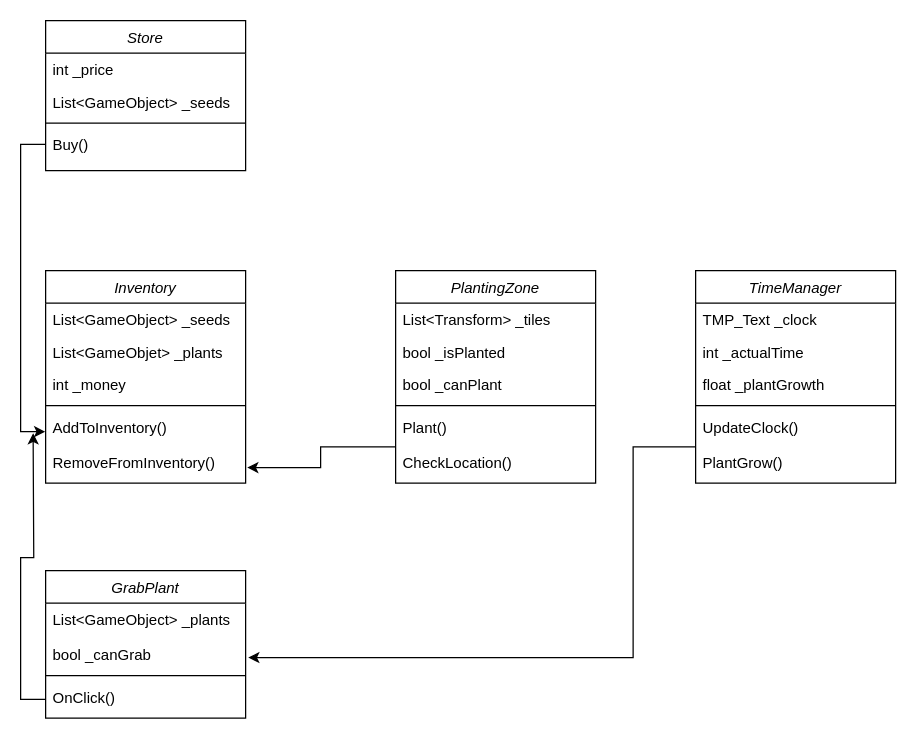
This is Assets/FarmUML.drawio from SkullViper7/Farm, a draw.io file, before an edit. Source tidied: cells renumbered, new cells numbered last; positions are measured from the earlier drawing's top-left corner, leaving out a move shared by most shapes. Both pictures are drawn from the tidied source at 125%, with x=0, y=0 at pixel (32, 20).
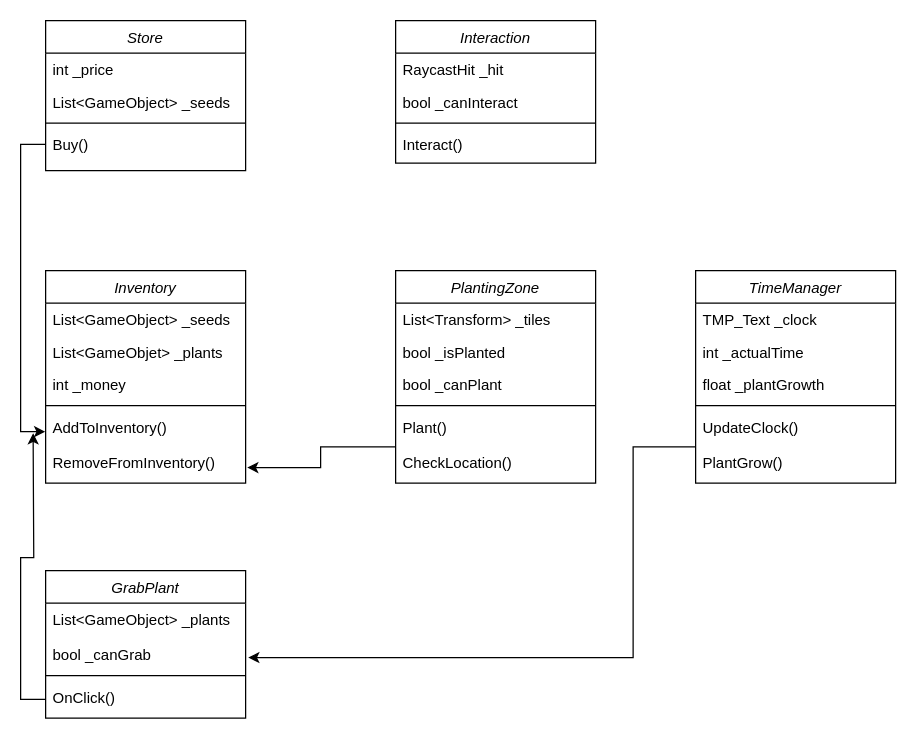
After the change.

The edit, as a diff of the source:
```diff
@@
+    <mxCell id="33" value="Interaction" style="swimlane;fontStyle=2;align=center;verticalAlign=top;horizontal=1;startSize=26;rounded=0;shadow=0;strokeWidth=1;" parent="1" vertex="1">
+      <mxGeometry x="290" width="160" height="114" as="geometry" />
+    </mxCell>
+    <mxCell id="34" value="RaycastHit _hit" style="text;align=left;verticalAlign=top;spacingLeft=4;spacingRight=4;overflow=hidden;" parent="33" vertex="1">
+      <mxGeometry y="26" width="160" height="26" as="geometry" />
+    </mxCell>
+    <mxCell id="35" value="bool _canInteract" style="text;align=left;verticalAlign=top;spacingLeft=4;spacingRight=4;overflow=hidden;rounded=0;shadow=0;html=0;" parent="33" vertex="1">
+      <mxGeometry y="52" width="160" height="26" as="geometry" />
+    </mxCell>
+    <mxCell id="36" style="line;html=1;strokeWidth=1;align=left;verticalAlign=middle;spacingTop=-1;spacingLeft=3;spacingRight=3;labelPosition=right;" parent="33" vertex="1">
+      <mxGeometry y="78" width="160" height="8" as="geometry" />
+    </mxCell>
+    <mxCell id="37" value="Interact()" style="text;align=left;verticalAlign=top;spacingLeft=4;spacingRight=4;overflow=hidden;" parent="33" vertex="1">
+      <mxGeometry y="86" width="160" height="28" as="geometry" />
+    </mxCell>
```
